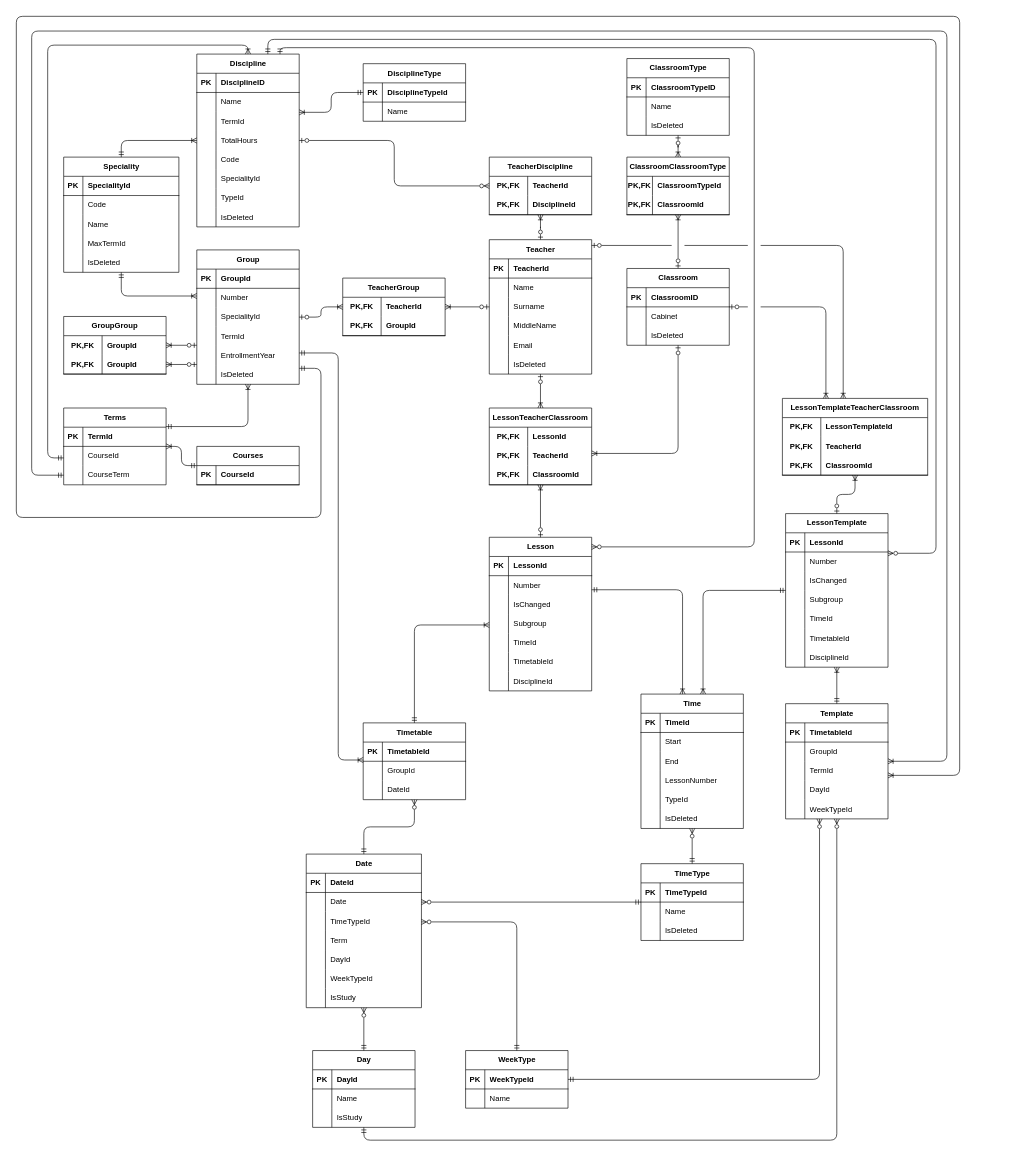
Above: Schedule.drawio in SV3TLuV/Schedule (draw.io), before the change. Source tidied: cells renumbered, new cells numbered last; positions are measured from the earlier drawing's top-left corner, leaving out a move shared by most shapes. Both pictures are drawn from the tidied source at 64%, with x=0, y=0 at pixel (16, 16).
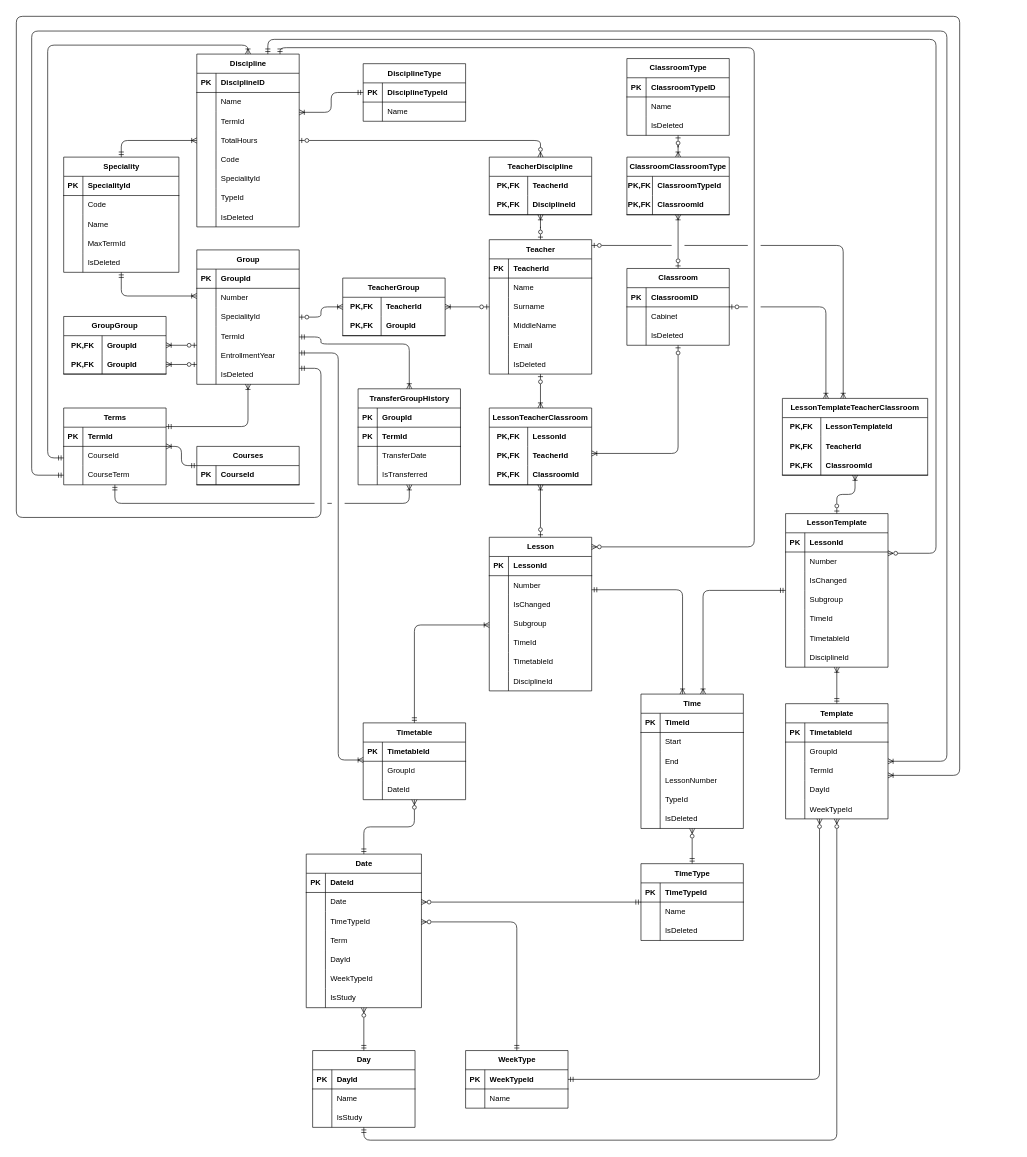
The same diagram, later.

The change refers to these unchanged cells:
```xml
<mxCell id="2" value="Group" style="shape=table;startSize=30;childLayout=tableLayout;rowLines=0;fontStyle=1;align=center;html=1;" parent="1" vertex="1">
  <mxGeometry x="282" y="365" width="160" height="210" as="geometry" />
</mxCell>
<mxCell id="48" value="TeacherDiscipline" style="shape=table;startSize=30;childLayout=tableLayout;rowLines=0;fontStyle=1;align=center;html=1;whiteSpace=wrap;" parent="1" vertex="1">
  <mxGeometry x="739" y="220" width="160" height="90" as="geometry" />
</mxCell>
<mxCell id="55" value="Discipline" style="shape=table;startSize=30;childLayout=tableLayout;rowLines=0;fontStyle=1;align=center;html=1;" parent="1" vertex="1">
  <mxGeometry x="282" y="59" width="160" height="270" as="geometry" />
</mxCell>
<mxCell id="289" value="&lt;span style=&quot;background-color: rgb(255, 255, 255);&quot;&gt;Terms&lt;/span&gt;" style="shape=table;startSize=30;childLayout=tableLayout;rowLines=0;fontStyle=1;align=center;html=1;" parent="1" vertex="1">
  <mxGeometry x="74" y="612" width="160" height="120" as="geometry" />
</mxCell>
```

The edit, as a diff of the source:
```diff
@@
     <mxCell id="80" style="edgeStyle=orthogonalEdgeStyle;jettySize=auto;html=1;endArrow=ERzeroToMany;endFill=0;startArrow=ERzeroToOne;startFill=0;jumpStyle=gap;shadow=0;rounded=1;jumpSize=20;" parent="1" edge="1" source="55" target="48">
-      <mxGeometry relative="1" as="geometry" />
+      <mxGeometry relative="1" as="geometry">
+        <Array as="points">
+          <mxPoint x="819" y="194" />
+        </Array>
+      </mxGeometry>
     </mxCell>
@@
+    <mxCell id="345" value="&lt;span style=&quot;background-color: rgb(255, 255, 255);&quot;&gt;TransferGroupHistory&lt;/span&gt;" style="shape=table;startSize=30;childLayout=tableLayout;rowLines=0;fontStyle=1;align=center;html=1;" parent="1" vertex="1">
+      <mxGeometry x="534" y="582" width="160" height="150" as="geometry" />
+    </mxCell>
+    <mxCell id="346" style="shape=tableRow;horizontal=0;startSize=0;swimlaneHead=0;swimlaneBody=0;fillColor=none;top=0;left=0;right=0;bottom=1;strokeColor=inherit;swimlaneLine=0;labelBorderColor=none;" parent="345" vertex="1">
+      <mxGeometry y="30" width="160" height="30" as="geometry" />
+    </mxCell>
+    <mxCell id="347" value="PK" style="shape=partialRectangle;fillColor=none;top=0;left=0;bottom=0;right=0;fontStyle=1;overflow=hidden;whiteSpace=wrap;html=1;" parent="346" vertex="1">
+      <mxGeometry width="30" height="30" as="geometry" />
+    </mxCell>
+    <mxCell id="348" value="GroupId" style="shape=partialRectangle;fillColor=none;top=0;left=0;bottom=0;right=0;align=left;spacingLeft=6;fontStyle=1;overflow=hidden;whiteSpace=wrap;html=1;" parent="346" vertex="1">
+      <mxGeometry x="30" width="130" height="30" as="geometry" />
+    </mxCell>
+    <mxCell id="349" style="shape=tableRow;horizontal=0;startSize=0;swimlaneHead=0;swimlaneBody=0;fillColor=none;top=0;left=0;right=0;bottom=1;strokeColor=inherit;swimlaneLine=0;labelBorderColor=none;" parent="345" vertex="1">
+      <mxGeometry y="60" width="160" height="30" as="geometry" />
+    </mxCell>
+    <mxCell id="350" value="PK" style="shape=partialRectangle;fillColor=none;top=0;left=0;bottom=0;right=0;fontStyle=1;overflow=hidden;whiteSpace=wrap;html=1;" parent="349" vertex="1">
+      <mxGeometry width="30" height="30" as="geometry" />
+    </mxCell>
+    <mxCell id="351" value="TermId" style="shape=partialRectangle;fillColor=none;top=0;left=0;bottom=0;right=0;align=left;spacingLeft=6;fontStyle=1;overflow=hidden;whiteSpace=wrap;html=1;" parent="349" vertex="1">
+      <mxGeometry x="30" width="130" height="30" as="geometry" />
+    </mxCell>
+    <mxCell id="352" style="shape=tableRow;horizontal=0;startSize=0;swimlaneHead=0;swimlaneBody=0;fillColor=none;top=0;left=0;right=0;bottom=0;" parent="345" vertex="1">
+      <mxGeometry y="90" width="160" height="30" as="geometry" />
+    </mxCell>
+    <mxCell id="353" style="shape=partialRectangle;fillColor=none;top=0;left=0;bottom=0;right=0;overflow=hidden;whiteSpace=wrap;html=1;" parent="352" vertex="1">
+      <mxGeometry width="30" height="30" as="geometry" />
+    </mxCell>
+    <mxCell id="354" value="TransferDate" style="shape=partialRectangle;fillColor=none;top=0;left=0;bottom=0;right=0;align=left;spacingLeft=6;overflow=hidden;whiteSpace=wrap;html=1;" parent="352" vertex="1">
+      <mxGeometry x="30" width="130" height="30" as="geometry" />
+    </mxCell>
+    <mxCell id="355" style="shape=tableRow;horizontal=0;startSize=0;swimlaneHead=0;swimlaneBody=0;fillColor=none;top=0;left=0;right=0;bottom=0;" parent="345" vertex="1">
+      <mxGeometry y="120" width="160" height="30" as="geometry" />
+    </mxCell>
+    <mxCell id="356" style="shape=partialRectangle;fillColor=none;top=0;left=0;bottom=0;right=0;overflow=hidden;whiteSpace=wrap;html=1;" parent="355" vertex="1">
+      <mxGeometry width="30" height="30" as="geometry" />
+    </mxCell>
+    <mxCell id="357" value="IsTransferred" style="shape=partialRectangle;fillColor=none;top=0;left=0;bottom=0;right=0;align=left;spacingLeft=6;overflow=hidden;whiteSpace=wrap;html=1;" parent="355" vertex="1">
+      <mxGeometry x="30" width="130" height="30" as="geometry" />
+    </mxCell>
+    <mxCell id="358" style="jettySize=auto;html=1;endArrow=ERoneToMany;endFill=0;startArrow=ERmandOne;startFill=0;edgeStyle=orthogonalEdgeStyle;jumpStyle=gap;shadow=0;rounded=1;jumpSize=20;" parent="1" edge="1" source="2" target="345">
+      <mxGeometry relative="1" as="geometry">
+        <Array as="points">
+          <mxPoint x="476" y="501" />
+          <mxPoint x="476" y="512" />
+          <mxPoint x="614" y="512" />
+        </Array>
+      </mxGeometry>
+    </mxCell>
+    <mxCell id="359" style="jettySize=auto;html=1;endArrow=ERoneToMany;endFill=0;startArrow=ERmandOne;startFill=0;edgeStyle=orthogonalEdgeStyle;jumpStyle=gap;shadow=0;rounded=1;jumpSize=20;" parent="1" edge="1" source="289" target="345">
+      <mxGeometry relative="1" as="geometry">
+        <Array as="points">
+          <mxPoint x="154" y="761" />
+          <mxPoint x="614" y="761" />
+        </Array>
+      </mxGeometry>
+    </mxCell>
```
